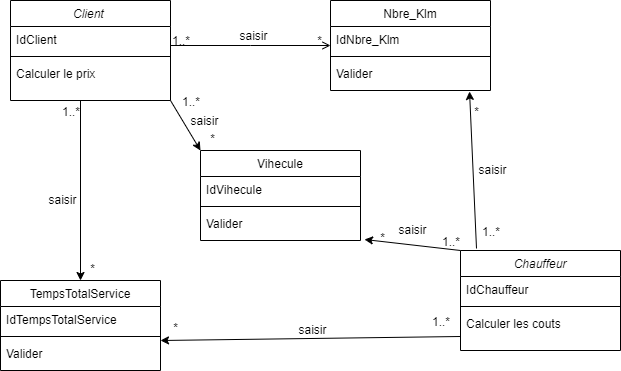
mohammedtlili/WASSALI keeps this draw.io diagram as class_D_F.drawio.png. Above is the earlier version. Source tidied: cells renumbered, new cells last; positions are measured from the earlier drawing's top-left corner, leaving out a move shared by most shapes.
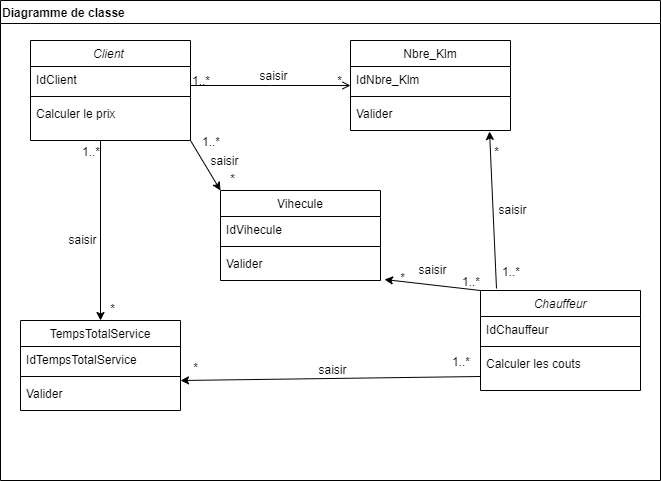
The same diagram one commit later.

Change to the diagram source:
```diff
@@ -164,5 +164,8 @@
         <mxPoint x="-174" y="257" as="offset" />
       </mxGeometry>
     </mxCell>
+    <mxCell id="46" value="Diagramme de classe " style="swimlane;align=left;" parent="1" vertex="1">
+      <mxGeometry x="-20" y="70" width="660" height="480" as="geometry" />
+    </mxCell>
   </root>
 </mxGraphModel>
```
